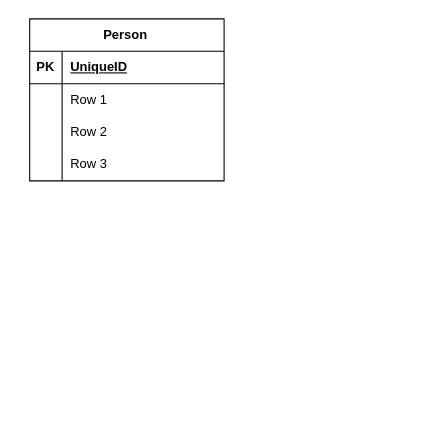
Above: Untitled Diagram.drawio in hxt200010/Database-Project (draw.io), before the change. Source tidied: cells renumbered, new cells numbered last; positions are measured from the earlier drawing's top-left corner, leaving out a move shared by most shapes. Both pictures are drawn from the tidied source at 108%, with x=0, y=0 at pixel (29, 18).
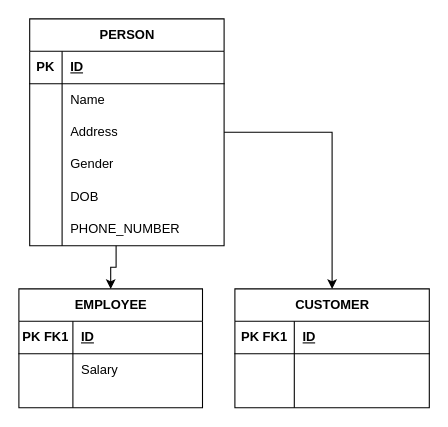
After the change.

The change refers to these unchanged cells:
```xml
<mxCell id="3" style="shape=tableRow;horizontal=0;startSize=0;swimlaneHead=0;swimlaneBody=0;fillColor=none;top=0;left=0;right=0;bottom=1;" parent="2" vertex="1">
  <mxGeometry y="30" width="180" height="30" as="geometry" />
</mxCell>
<mxCell id="6" style="shape=tableRow;horizontal=0;startSize=0;swimlaneHead=0;swimlaneBody=0;fillColor=none;top=0;left=0;right=0;bottom=0;" parent="2" vertex="1">
  <mxGeometry y="60" width="180" height="30" as="geometry" />
</mxCell>
<mxCell id="9" style="shape=tableRow;horizontal=0;startSize=0;swimlaneHead=0;swimlaneBody=0;fillColor=none;top=0;left=0;right=0;bottom=0;" parent="2" vertex="1">
  <mxGeometry y="90" width="180" height="30" as="geometry" />
</mxCell>
<mxCell id="12" style="shape=tableRow;horizontal=0;startSize=0;swimlaneHead=0;swimlaneBody=0;fillColor=none;top=0;left=0;right=0;bottom=0;" parent="2" vertex="1">
  <mxGeometry y="120" width="180" height="30" as="geometry" />
</mxCell>
```

Change to the diagram source:
```diff
@@
+    <mxCell id="15" style="edgeStyle=orthogonalEdgeStyle;rounded=0;jettySize=auto;html=1;" parent="1" edge="1" source="2" target="23">
+      <mxGeometry relative="1" as="geometry">
+        <Array as="points">
+          <mxPoint x="80" y="230" />
+          <mxPoint x="75" y="230" />
+        </Array>
+      </mxGeometry>
+    </mxCell>
+    <mxCell id="16" style="edgeStyle=orthogonalEdgeStyle;rounded=0;jettySize=auto;html=1;entryX=0.5;entryY=0;entryDx=0;entryDy=0;" parent="1" edge="1" source="2" target="33">
+      <mxGeometry relative="1" as="geometry" />
+    </mxCell>
-    <mxCell id="2" value="Person&amp;nbsp;" style="shape=table;startSize=30;childLayout=tableLayout;rowLines=0;fontStyle=1;align=center;html=1;" parent="1" vertex="1">
-      <mxGeometry width="180" height="150" as="geometry" />
+    <mxCell id="2" value="PERSON" style="shape=table;startSize=30;childLayout=tableLayout;rowLines=0;fontStyle=1;align=center;html=1;" parent="1" vertex="1">
+      <mxGeometry width="180" height="210" as="geometry" />
     </mxCell>
@@
-    <mxCell id="5" value="UniqueID" style="shape=partialRectangle;fillColor=none;top=0;left=0;bottom=0;right=0;align=left;spacingLeft=6;fontStyle=5;overflow=hidden;whiteSpace=wrap;html=1;" parent="3" vertex="1">
+    <mxCell id="5" value="ID" style="shape=partialRectangle;fillColor=none;top=0;left=0;bottom=0;right=0;align=left;spacingLeft=6;fontStyle=5;overflow=hidden;whiteSpace=wrap;html=1;" parent="3" vertex="1">
       <mxGeometry x="30" width="150" height="30" as="geometry" />
     </mxCell>
@@
-    <mxCell id="8" value="Row 1" style="shape=partialRectangle;fillColor=none;top=0;left=0;bottom=0;right=0;align=left;spacingLeft=6;overflow=hidden;whiteSpace=wrap;html=1;" parent="6" vertex="1">
+    <mxCell id="8" value="Name&lt;span style=&quot;white-space: pre;&quot;&gt; &lt;/span&gt;&lt;span style=&quot;white-space: pre;&quot;&gt; &lt;/span&gt;&lt;br&gt;" style="shape=partialRectangle;fillColor=none;top=0;left=0;bottom=0;right=0;align=left;spacingLeft=6;overflow=hidden;whiteSpace=wrap;html=1;" parent="6" vertex="1">
       <mxGeometry x="30" width="150" height="30" as="geometry" />
     </mxCell>
@@
-    <mxCell id="11" value="Row 2" style="shape=partialRectangle;fillColor=none;top=0;left=0;bottom=0;right=0;align=left;spacingLeft=6;overflow=hidden;whiteSpace=wrap;html=1;" parent="9" vertex="1">
+    <mxCell id="11" value="Address" style="shape=partialRectangle;fillColor=none;top=0;left=0;bottom=0;right=0;align=left;spacingLeft=6;overflow=hidden;whiteSpace=wrap;html=1;" parent="9" vertex="1">
       <mxGeometry x="30" width="150" height="30" as="geometry" />
     </mxCell>
@@
-    <mxCell id="14" value="Row 3" style="shape=partialRectangle;fillColor=none;top=0;left=0;bottom=0;right=0;align=left;spacingLeft=6;overflow=hidden;whiteSpace=wrap;html=1;" parent="12" vertex="1">
+    <mxCell id="14" value="Gender" style="shape=partialRectangle;fillColor=none;top=0;left=0;bottom=0;right=0;align=left;spacingLeft=6;overflow=hidden;whiteSpace=wrap;html=1;" parent="12" vertex="1">
       <mxGeometry x="30" width="150" height="30" as="geometry" />
     </mxCell>
+    <mxCell id="17" style="shape=tableRow;horizontal=0;startSize=0;swimlaneHead=0;swimlaneBody=0;fillColor=none;top=0;left=0;right=0;bottom=0;" parent="2" vertex="1">
+      <mxGeometry y="150" width="180" height="30" as="geometry" />
+    </mxCell>
+    <mxCell id="18" style="shape=partialRectangle;fillColor=none;top=0;left=0;bottom=0;right=0;overflow=hidden;whiteSpace=wrap;html=1;" parent="17" vertex="1">
+      <mxGeometry width="30" height="30" as="geometry" />
+    </mxCell>
+    <mxCell id="19" value="DOB&lt;span style=&quot;white-space: pre;&quot;&gt; &lt;/span&gt;" style="shape=partialRectangle;fillColor=none;top=0;left=0;bottom=0;right=0;align=left;spacingLeft=6;overflow=hidden;whiteSpace=wrap;html=1;" parent="17" vertex="1">
+      <mxGeometry x="30" width="150" height="30" as="geometry" />
+    </mxCell>
+    <mxCell id="20" style="shape=tableRow;horizontal=0;startSize=0;swimlaneHead=0;swimlaneBody=0;fillColor=none;top=0;left=0;right=0;bottom=0;" parent="2" vertex="1">
+      <mxGeometry y="180" width="180" height="30" as="geometry" />
+    </mxCell>
+    <mxCell id="21" style="shape=partialRectangle;fillColor=none;top=0;left=0;bottom=0;right=0;overflow=hidden;whiteSpace=wrap;html=1;" parent="20" vertex="1">
+      <mxGeometry width="30" height="30" as="geometry" />
+    </mxCell>
+    <mxCell id="22" value="PHONE_NUMBER" style="shape=partialRectangle;fillColor=none;top=0;left=0;bottom=0;right=0;align=left;spacingLeft=6;overflow=hidden;whiteSpace=wrap;html=1;" parent="20" vertex="1">
+      <mxGeometry x="30" width="150" height="30" as="geometry" />
+    </mxCell>
+    <mxCell id="23" value="EMPLOYEE" style="shape=table;startSize=30;childLayout=tableLayout;rowLines=0;fontStyle=1;align=center;html=1;" parent="1" vertex="1">
+      <mxGeometry x="-10" y="250" width="170" height="110" as="geometry" />
+    </mxCell>
+    <mxCell id="24" style="shape=tableRow;horizontal=0;startSize=0;swimlaneHead=0;swimlaneBody=0;fillColor=none;top=0;left=0;right=0;bottom=1;" parent="23" vertex="1">
+      <mxGeometry y="30" width="170" height="30" as="geometry" />
+    </mxCell>
+    <mxCell id="25" value="PK FK1" style="shape=partialRectangle;fillColor=none;top=0;left=0;bottom=0;right=0;fontStyle=1;overflow=hidden;whiteSpace=wrap;html=1;" parent="24" vertex="1">
+      <mxGeometry width="50" height="30" as="geometry" />
+    </mxCell>
+    <mxCell id="26" value="ID" style="shape=partialRectangle;fillColor=none;top=0;left=0;bottom=0;right=0;align=left;spacingLeft=6;fontStyle=5;overflow=hidden;whiteSpace=wrap;html=1;" parent="24" vertex="1">
+      <mxGeometry x="50" width="120" height="30" as="geometry" />
+    </mxCell>
+    <mxCell id="27" style="shape=tableRow;horizontal=0;startSize=0;swimlaneHead=0;swimlaneBody=0;fillColor=none;top=0;left=0;right=0;bottom=0;" parent="23" vertex="1">
+      <mxGeometry y="60" width="170" height="30" as="geometry" />
+    </mxCell>
+    <mxCell id="28" style="shape=partialRectangle;fillColor=none;top=0;left=0;bottom=0;right=0;overflow=hidden;whiteSpace=wrap;html=1;" parent="27" vertex="1">
+      <mxGeometry width="50" height="30" as="geometry" />
+    </mxCell>
+    <mxCell id="29" value="Salary&amp;nbsp;" style="shape=partialRectangle;fillColor=none;top=0;left=0;bottom=0;right=0;align=left;spacingLeft=6;overflow=hidden;whiteSpace=wrap;html=1;" parent="27" vertex="1">
+      <mxGeometry x="50" width="120" height="30" as="geometry" />
+    </mxCell>
+    <mxCell id="30" style="shape=tableRow;horizontal=0;startSize=0;swimlaneHead=0;swimlaneBody=0;fillColor=none;top=0;left=0;right=0;bottom=0;" parent="23" vertex="1">
+      <mxGeometry y="90" width="170" height="20" as="geometry" />
+    </mxCell>
+    <mxCell id="31" style="shape=partialRectangle;fillColor=none;top=0;left=0;bottom=0;right=0;overflow=hidden;whiteSpace=wrap;html=1;" parent="30" vertex="1">
+      <mxGeometry width="50" height="20" as="geometry" />
+    </mxCell>
+    <mxCell id="32" style="shape=partialRectangle;fillColor=none;top=0;left=0;bottom=0;right=0;align=left;spacingLeft=6;overflow=hidden;whiteSpace=wrap;html=1;" parent="30" vertex="1">
+      <mxGeometry x="50" width="120" height="20" as="geometry" />
+    </mxCell>
+    <mxCell id="33" value="CUSTOMER" style="shape=table;startSize=30;childLayout=tableLayout;rowLines=0;fontStyle=1;align=center;html=1;" parent="1" vertex="1">
+      <mxGeometry x="190" y="250" width="180" height="110" as="geometry" />
+    </mxCell>
+    <mxCell id="34" style="shape=tableRow;horizontal=0;startSize=0;swimlaneHead=0;swimlaneBody=0;fillColor=none;top=0;left=0;right=0;bottom=1;" parent="33" vertex="1">
+      <mxGeometry y="30" width="180" height="30" as="geometry" />
+    </mxCell>
+    <mxCell id="35" value="PK FK1" style="shape=partialRectangle;fillColor=none;top=0;left=0;bottom=0;right=0;fontStyle=1;overflow=hidden;whiteSpace=wrap;html=1;" parent="34" vertex="1">
+      <mxGeometry width="55" height="30" as="geometry" />
+    </mxCell>
+    <mxCell id="36" value="ID" style="shape=partialRectangle;fillColor=none;top=0;left=0;bottom=0;right=0;align=left;spacingLeft=6;fontStyle=5;overflow=hidden;whiteSpace=wrap;html=1;" parent="34" vertex="1">
+      <mxGeometry x="55" width="125" height="30" as="geometry" />
+    </mxCell>
+    <mxCell id="37" style="shape=tableRow;horizontal=0;startSize=0;swimlaneHead=0;swimlaneBody=0;fillColor=none;top=0;left=0;right=0;bottom=0;" parent="33" vertex="1">
+      <mxGeometry y="60" width="180" height="30" as="geometry" />
+    </mxCell>
+    <mxCell id="38" style="shape=partialRectangle;fillColor=none;top=0;left=0;bottom=0;right=0;overflow=hidden;whiteSpace=wrap;html=1;" parent="37" vertex="1">
+      <mxGeometry width="55" height="30" as="geometry" />
+    </mxCell>
+    <mxCell id="39" style="shape=partialRectangle;fillColor=none;top=0;left=0;bottom=0;right=0;align=left;spacingLeft=6;overflow=hidden;whiteSpace=wrap;html=1;" parent="37" vertex="1">
+      <mxGeometry x="55" width="125" height="30" as="geometry" />
+    </mxCell>
+    <mxCell id="40" style="shape=tableRow;horizontal=0;startSize=0;swimlaneHead=0;swimlaneBody=0;fillColor=none;top=0;left=0;right=0;bottom=0;" parent="33" vertex="1">
+      <mxGeometry y="90" width="180" height="20" as="geometry" />
+    </mxCell>
+    <mxCell id="41" style="shape=partialRectangle;fillColor=none;top=0;left=0;bottom=0;right=0;overflow=hidden;whiteSpace=wrap;html=1;" parent="40" vertex="1">
+      <mxGeometry width="55" height="20" as="geometry" />
+    </mxCell>
+    <mxCell id="42" style="shape=partialRectangle;fillColor=none;top=0;left=0;bottom=0;right=0;align=left;spacingLeft=6;overflow=hidden;whiteSpace=wrap;html=1;" parent="40" vertex="1">
+      <mxGeometry x="55" width="125" height="20" as="geometry" />
+    </mxCell>
```
